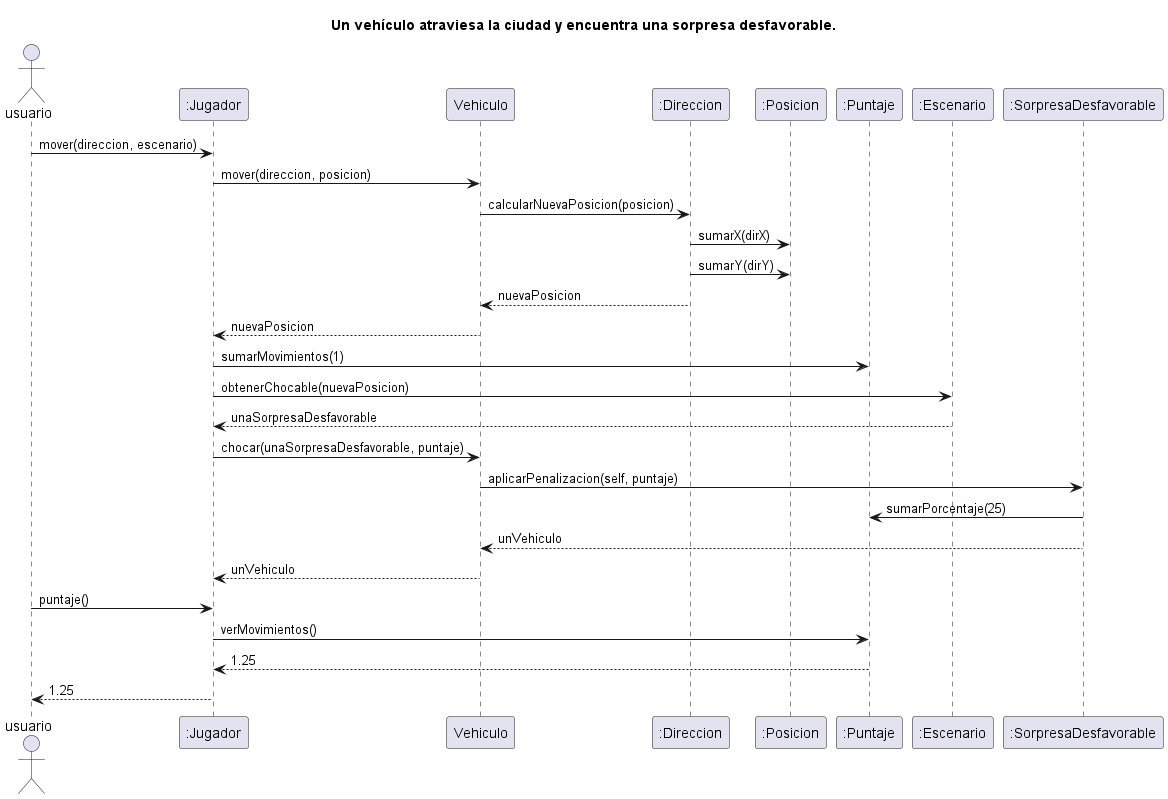
Above: diagrams/sequences/vehiculo_choca_sorpresa_desfavorable.png in NestorPala/T17-GPSChallenge (PlantUML), before the change. Its source is kept beside it as diagrams/sequences/vehiculo_choca_sorpresa_desfavorable.puml. Its diagram source:
```plantuml
@startuml
title Un vehículo atraviesa la ciudad y encuentra una sorpresa desfavorable.
Actor usuario

"usuario" -> ":Jugador": mover(direccion, escenario)
":Jugador" -> "Vehiculo": mover(direccion, posicion)
"Vehiculo" -> ":Direccion": calcularNuevaPosicion(posicion)
":Direccion" -> ":Posicion": sumarX(dirX)
":Direccion" -> ":Posicion": sumarY(dirY)
":Direccion" --> "Vehiculo": nuevaPosicion
"Vehiculo" --> ":Jugador": nuevaPosicion
":Jugador" -> ":Puntaje": sumarMovimientos(1)
":Jugador" -> ":Escenario": obtenerChocable(nuevaPosicion)
":Escenario" --> ":Jugador": unaSorpresaDesfavorable
":Jugador" -> "Vehiculo": chocar(unaSorpresaDesfavorable, puntaje)
"Vehiculo" -> ":SorpresaDesfavorable": aplicarPenalizacion(self, puntaje)
":SorpresaDesfavorable" -> ":Puntaje" : sumarPorcentaje(25)
":SorpresaDesfavorable" --> "Vehiculo" : unVehiculo
"Vehiculo" --> ":Jugador" : unVehiculo

"usuario" -> ":Jugador": puntaje()
":Jugador" -> ":Puntaje": verMovimientos()
return 1.25
":Jugador" --> "usuario" : 1.25

@enduml
```
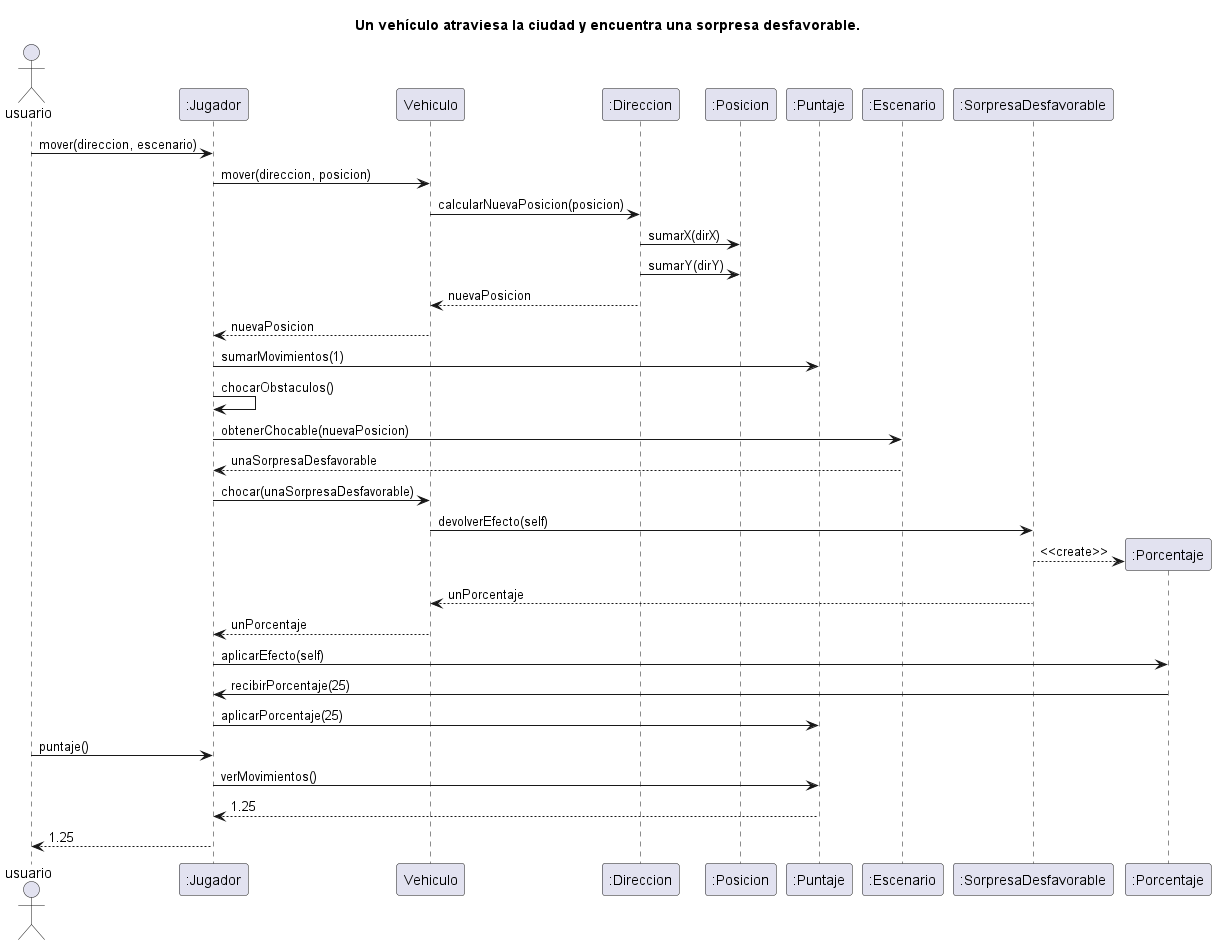
After the change.

Change to the diagram source:
```diff
@@ -10,13 +10,18 @@
 ":Direccion" --> "Vehiculo": nuevaPosicion
 "Vehiculo" --> ":Jugador": nuevaPosicion
 ":Jugador" -> ":Puntaje": sumarMovimientos(1)
+":Jugador" -> ":Jugador": chocarObstaculos()
 ":Jugador" -> ":Escenario": obtenerChocable(nuevaPosicion)
 ":Escenario" --> ":Jugador": unaSorpresaDesfavorable
-":Jugador" -> "Vehiculo": chocar(unaSorpresaDesfavorable, puntaje)
-"Vehiculo" -> ":SorpresaDesfavorable": aplicarPenalizacion(self, puntaje)
-":SorpresaDesfavorable" -> ":Puntaje" : sumarPorcentaje(25)
-":SorpresaDesfavorable" --> "Vehiculo" : unVehiculo
-"Vehiculo" --> ":Jugador" : unVehiculo
+":Jugador" -> "Vehiculo": chocar(unaSorpresaDesfavorable)
+"Vehiculo" -> ":SorpresaDesfavorable": devolverEfecto(self)
+create ":Porcentaje"
+":SorpresaDesfavorable" --> ":Porcentaje": <<create>>
+":SorpresaDesfavorable" --> "Vehiculo" : unPorcentaje
+"Vehiculo" --> ":Jugador" : unPorcentaje
+":Jugador" -> ":Porcentaje" : aplicarEfecto(self)
+":Porcentaje" -> ":Jugador" : recibirPorcentaje(25)
+":Jugador" -> ":Puntaje" : aplicarPorcentaje(25)
 
 "usuario" -> ":Jugador": puntaje()
 ":Jugador" -> ":Puntaje": verMovimientos()
```
